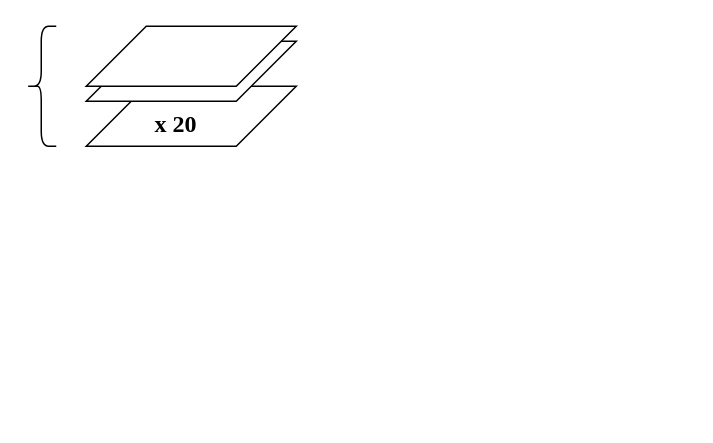
This is Visual_Inspection.drawio from lkebnl/Draw_IO, a draw.io file, before an edit. Source tidied: cells renumbered, new cells numbered last; positions are measured from the earlier drawing's top-left corner, leaving out a move shared by most shapes. Both pictures are drawn from the tidied source at 150%, with x=0, y=0 at pixel (26, 26).
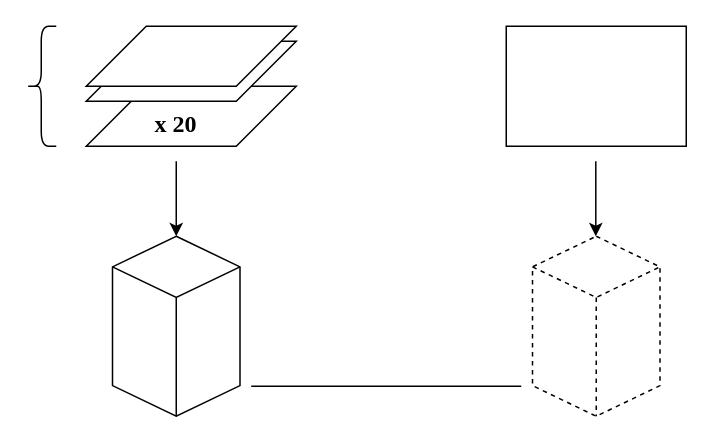
The same page after the edit.

The edit, as a diff of the source:
```diff
@@
 <mxGraphModel>
   <root>
     <mxCell id="0" />
     <mxCell id="1" parent="0" />
     <mxCell id="2" style="shape=parallelogram;perimeter=parallelogramPerimeter;whiteSpace=wrap;html=1;fixedSize=1;size=40;" parent="1" vertex="1">
       <mxGeometry x="40" y="40" width="140" height="40" as="geometry" />
     </mxCell>
     <mxCell id="3" style="shape=parallelogram;perimeter=parallelogramPerimeter;whiteSpace=wrap;html=1;fixedSize=1;size=40;" parent="1" vertex="1">
       <mxGeometry x="40" y="10" width="140" height="40" as="geometry" />
     </mxCell>
     <mxCell id="4" style="shape=parallelogram;perimeter=parallelogramPerimeter;whiteSpace=wrap;html=1;fixedSize=1;size=40;" parent="1" vertex="1">
       <mxGeometry x="40" width="140" height="40" as="geometry" />
     </mxCell>
     <mxCell id="5" style="shape=curlyBracket;whiteSpace=wrap;html=1;rounded=1;labelPosition=left;verticalLabelPosition=middle;align=right;verticalAlign=middle;" parent="1" vertex="1">
       <mxGeometry width="20" height="80" as="geometry" />
     </mxCell>
     <mxCell id="6" value="x 20" style="text;html=1;align=center;verticalAlign=middle;whiteSpace=wrap;rounded=0;fontSize=16;fontStyle=1;fontFamily=Times New Roman;" parent="1" vertex="1">
       <mxGeometry x="70" y="50" width="60" height="30" as="geometry" />
     </mxCell>
+    <mxCell id="7" style="rounded=0;whiteSpace=wrap;html=1;" parent="1" vertex="1">
+      <mxGeometry x="320" width="120" height="80" as="geometry" />
+    </mxCell>
+    <mxCell id="8" style="html=1;whiteSpace=wrap;shape=isoCube2;backgroundOutline=1;isoAngle=15;" parent="1" vertex="1">
+      <mxGeometry x="57.5" y="140" width="85" height="120" as="geometry" />
+    </mxCell>
+    <mxCell id="9" style="html=1;whiteSpace=wrap;shape=isoCube2;backgroundOutline=1;isoAngle=15;dashed=1;" parent="1" vertex="1">
+      <mxGeometry x="337.5" y="140" width="85" height="120" as="geometry" />
+    </mxCell>
+    <mxCell id="10" style="endArrow=classic;html=1;rounded=0;" parent="1" edge="1" target="8">
+      <mxGeometry relative="1" as="geometry">
+        <mxPoint x="100" y="90" as="sourcePoint" />
+      </mxGeometry>
+    </mxCell>
+    <mxCell id="11" style="endArrow=classic;html=1;rounded=0;" parent="1" edge="1">
+      <mxGeometry relative="1" as="geometry">
+        <mxPoint x="379.7" y="90" as="sourcePoint" />
+        <mxPoint x="379.7" y="140" as="targetPoint" />
+      </mxGeometry>
+    </mxCell>
+    <mxCell id="12" style="endArrow=none;html=1;rounded=0;" parent="1" edge="1">
+      <mxGeometry relative="1" as="geometry">
+        <mxPoint x="150" y="240" as="sourcePoint" />
+        <mxPoint x="330" y="240" as="targetPoint" />
+      </mxGeometry>
+    </mxCell>
   </root>
 </mxGraphModel>
```
